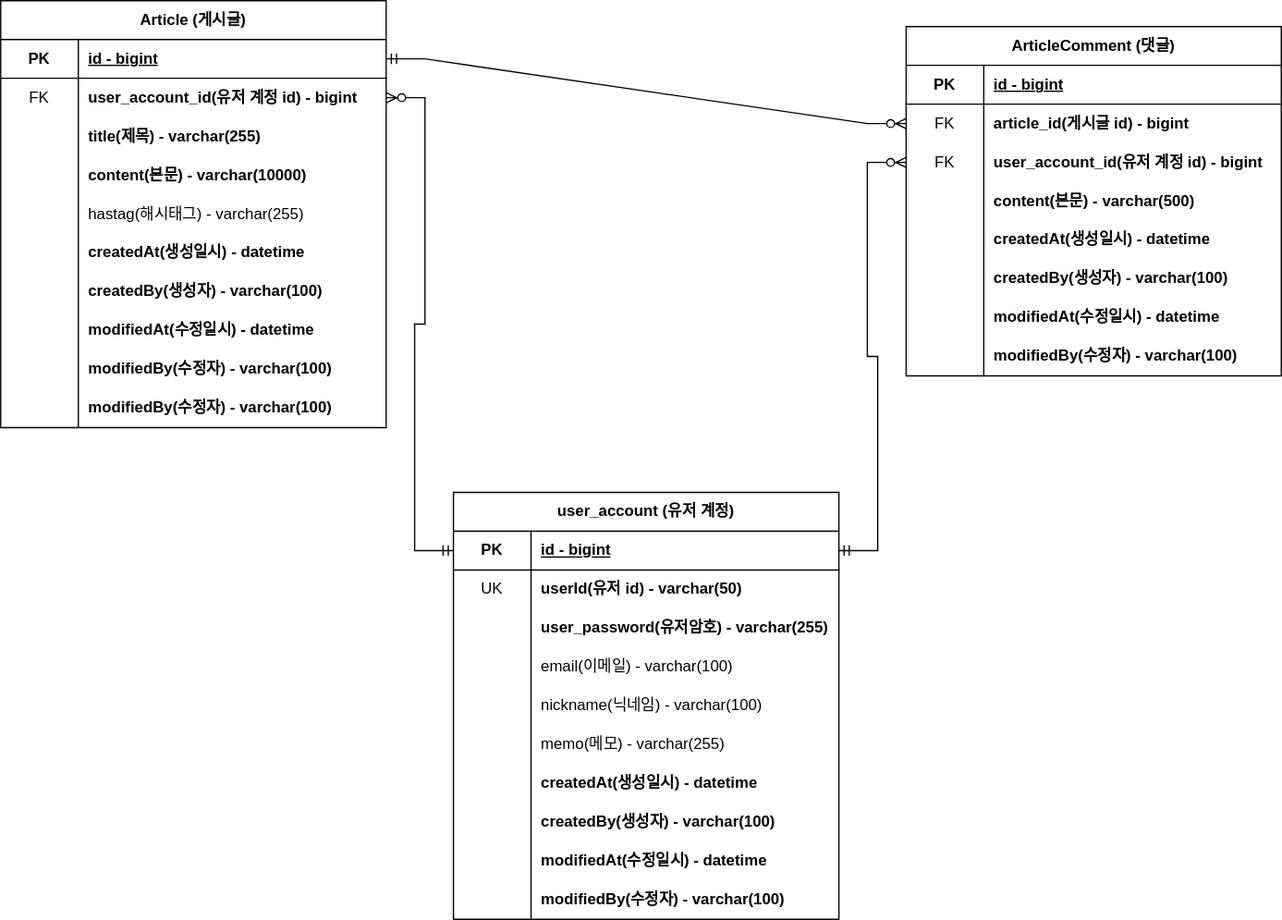
This is document/project-board-erd.svg from sonduzi/fastcampus-project-board, a draw.io export, as it was before one commit. Source tidied: cells renumbered, new cells last; positions are measured from the earlier drawing's top-left corner, leaving out a move shared by most shapes.
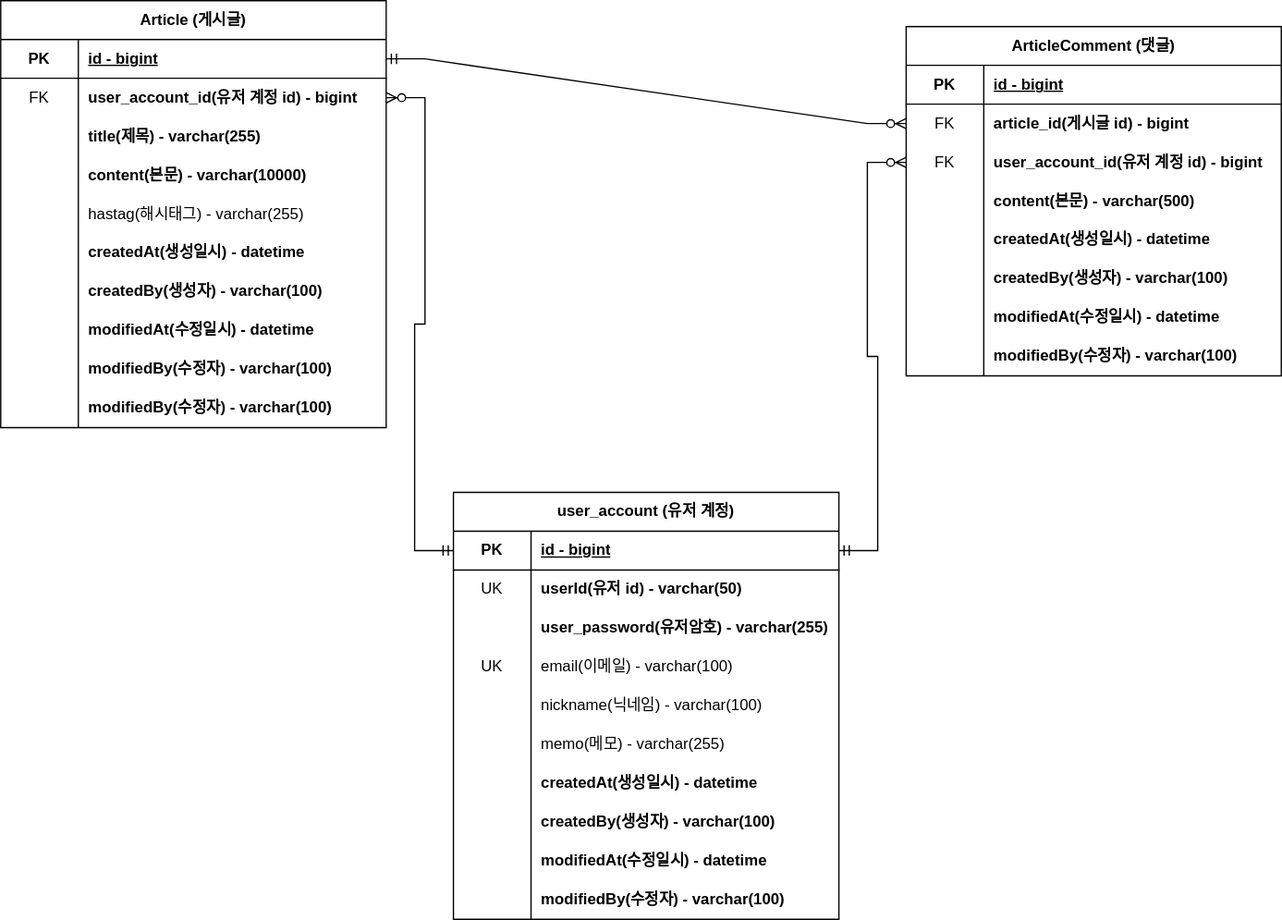
Above is the later version.

Commit message:
#25 - 잘못된 도메인 정보 바로잡기

What changed in the source:
```diff
@@ -206,7 +206,7 @@
     <mxCell id="69" style="shape=tableRow;horizontal=0;startSize=0;swimlaneHead=0;swimlaneBody=0;fillColor=none;top=0;left=0;right=0;bottom=0;html=1;" parent="59" vertex="1">
       <mxGeometry y="120" width="298" height="30" as="geometry" />
     </mxCell>
-    <mxCell id="70" style="shape=partialRectangle;fillColor=none;top=0;left=0;bottom=0;right=0;overflow=hidden;html=1;whiteSpace=wrap;" parent="69" vertex="1">
+    <mxCell id="70" value="UK" style="shape=partialRectangle;fillColor=none;top=0;left=0;bottom=0;right=0;overflow=hidden;html=1;whiteSpace=wrap;" parent="69" vertex="1">
       <mxGeometry width="60" height="30" as="geometry" />
     </mxCell>
     <mxCell id="71" value="&lt;span style=&quot;font-weight: normal;&quot;&gt;email(이메일) - varchar(100)&lt;/span&gt;" style="shape=partialRectangle;fillColor=none;top=0;left=0;bottom=0;right=0;align=left;spacingLeft=6;overflow=hidden;html=1;whiteSpace=wrap;fontStyle=1;" parent="69" vertex="1">
```
